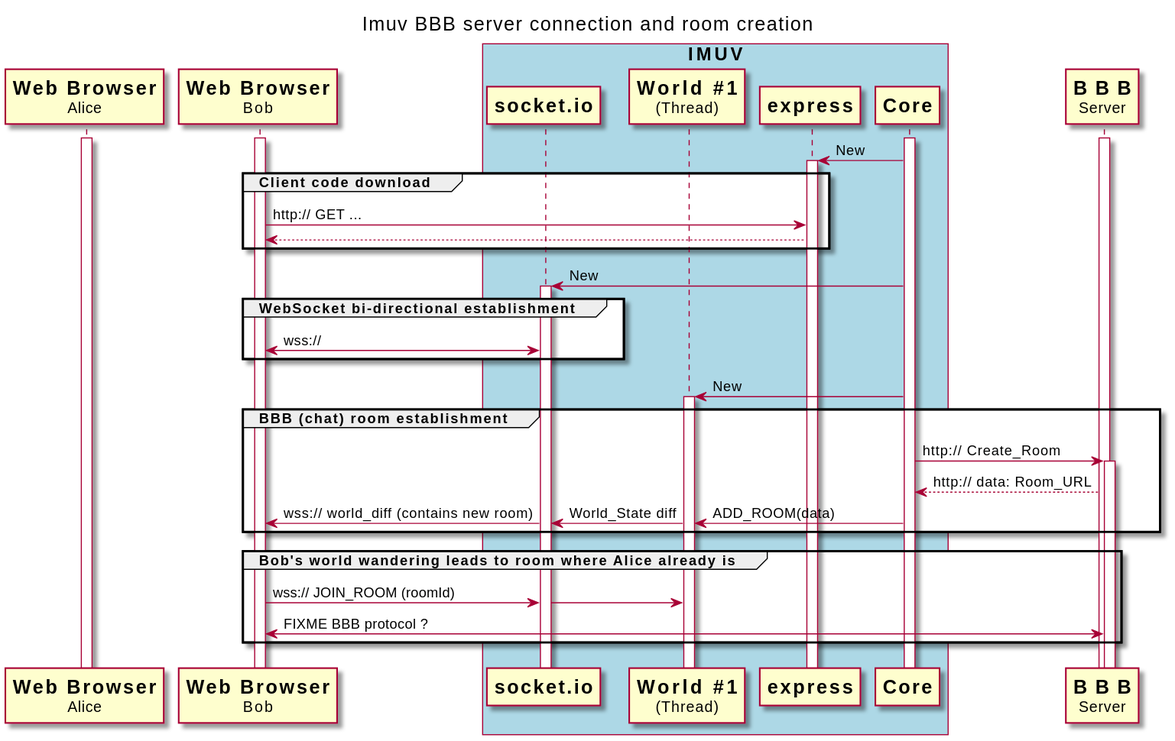
The PlantUML diagram Doc/Devel/Diagrams/client-imuv-bbb_server-room-creation-without-proxy.svg in VCityTeam/UD-Imuv, before a commit.
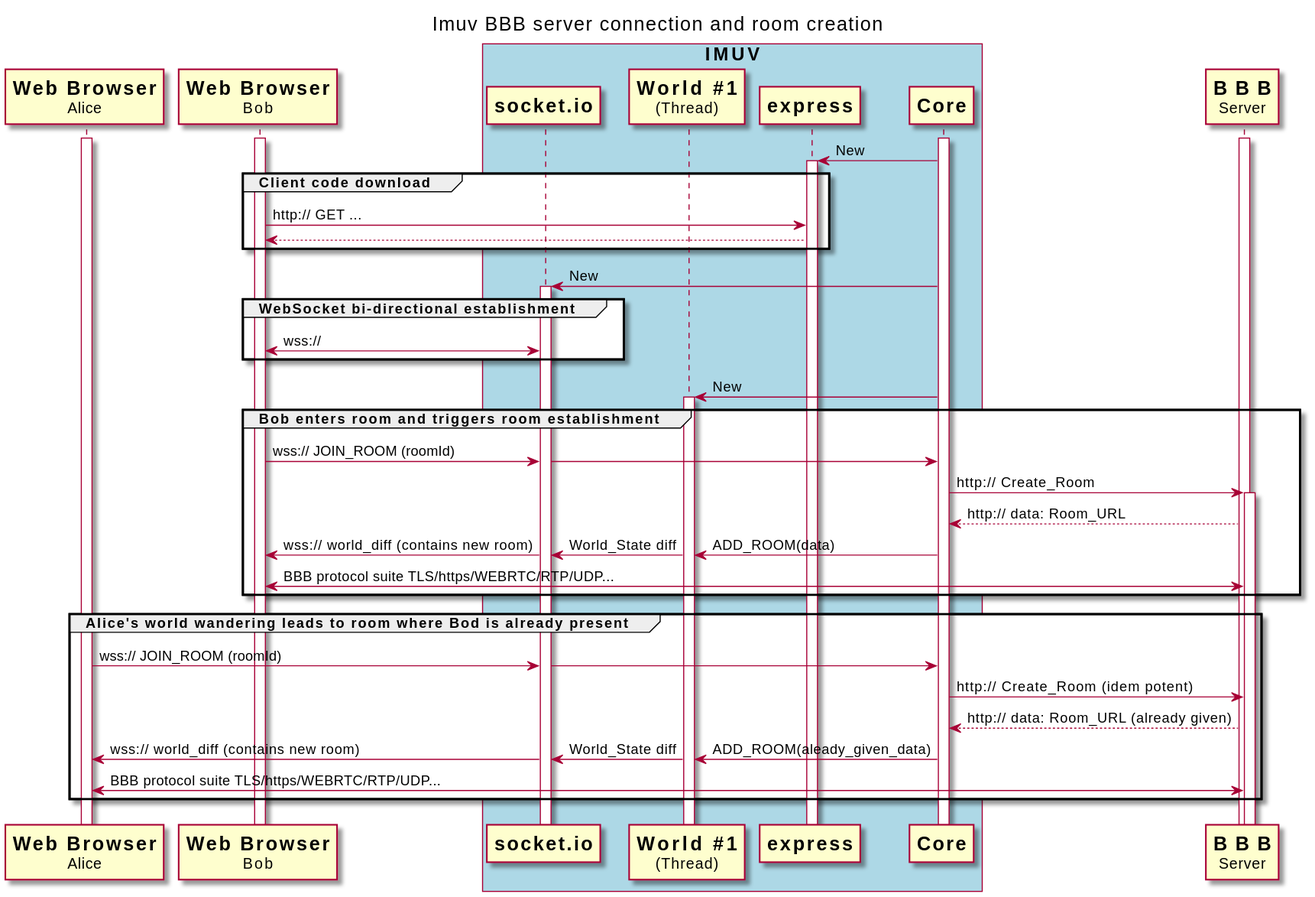
After the commit.

Commit message:
Update of communication sequence diagrams.

Change to the diagram source:
```diff
@@ -48,19 +48,27 @@
 
 ImuvWorld <- Imuv: New
 activate ImuvWorld
-group BBB (chat) room establishment
+group Bob enters room and triggers room establishment
+  WebBrowserBob -> ImuvWebsocket: wss:// JOIN_ROOM (roomId)
+  &ImuvWebsocket -> Imuv
   Imuv ->  BBB : http:// Create_Room
   activate BBB
   Imuv <-- BBB : http:// data: Room_URL
   ImuvWorld <- Imuv: ADD_ROOM(data)
   &ImuvWorld -> ImuvWebsocket: World_State diff
   &WebBrowserBob <- ImuvWebsocket: wss:// world_diff (contains new room)
+  WebBrowserBob <-> BBB: BBB protocol suite TLS/https/WEBRTC/RTP/UDP...
 end
 
-group Bob's world wandering leads to room where Alice already is
-  WebBrowserBob -> ImuvWebsocket: wss:// JOIN_ROOM (roomId)
-  &ImuvWebsocket -> ImuvWorld
-  WebBrowserBob <-> BBB: FIXME BBB protocol ?
+group Alice's world wandering leads to room where Bod is already present
+  WebBrowserAlice -> ImuvWebsocket: wss:// JOIN_ROOM (roomId)
+  &ImuvWebsocket -> Imuv
+  Imuv ->  BBB : http:// Create_Room (idem potent)
+  Imuv <-- BBB : http:// data: Room_URL (already given)
+  ImuvWorld <- Imuv: ADD_ROOM(aleady_given_data)
+  &ImuvWorld -> ImuvWebsocket: World_State diff
+  &WebBrowserAlice <- ImuvWebsocket: wss:// world_diff (contains new room)
+  WebBrowserAlice <-> BBB: BBB protocol suite TLS/https/WEBRTC/RTP/UDP...
 end
 
 @enduml
```
